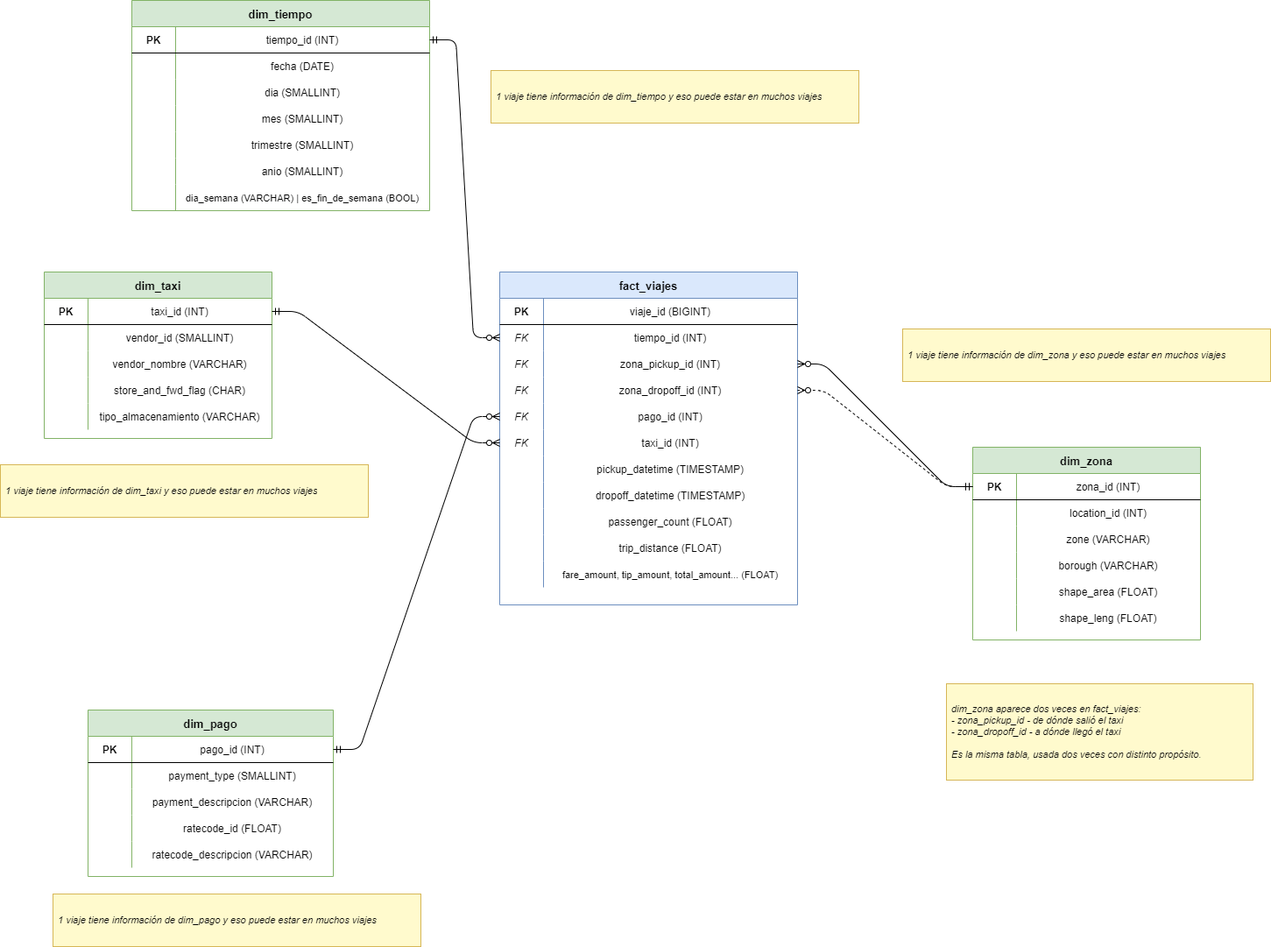
This is docs/model_diagram.png from BeaGetella7/proyecto-BDII, a draw.io export, as it was before one commit. Source tidied: cells renumbered, new cells last; positions are measured from the earlier drawing's top-left corner, leaving out a move shared by most shapes.
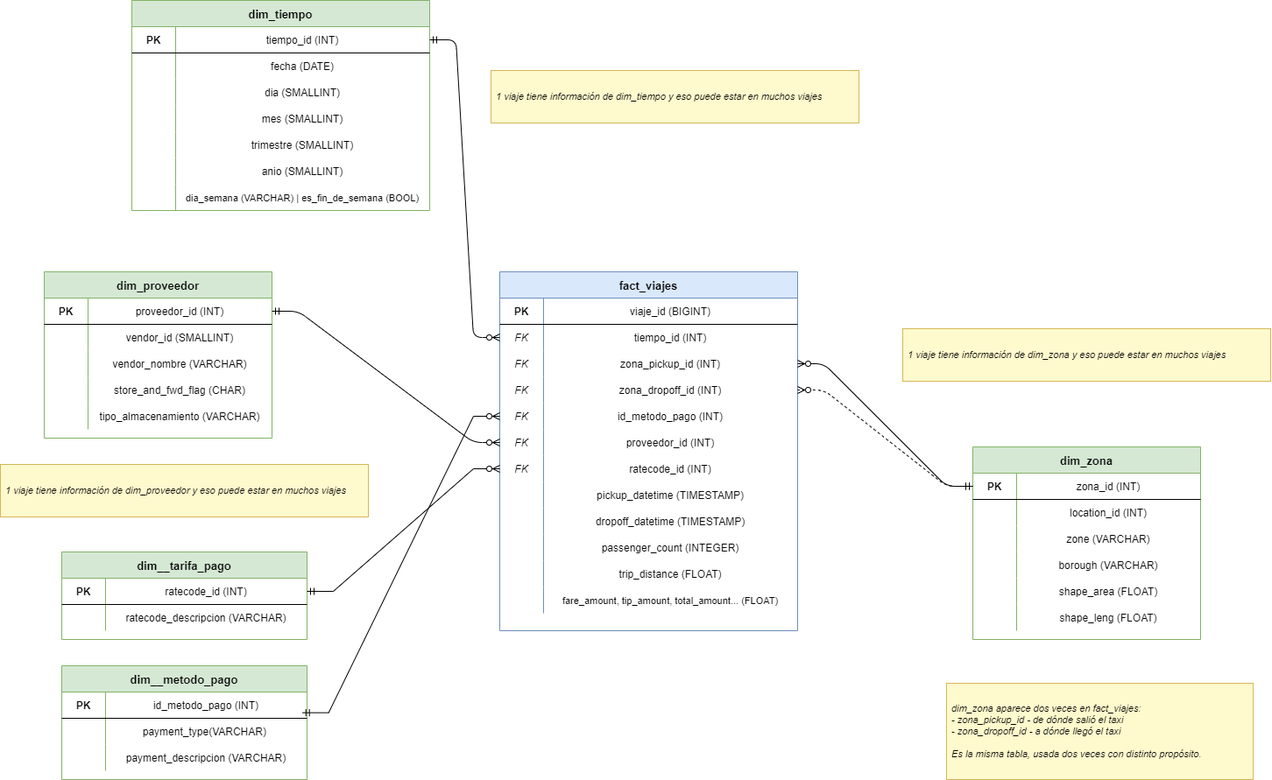
The same file after the commit.

Commit message:
actualización de model_diagram

actualizacion de model_diagram

What changed in the source:
```diff
@@ -3,7 +3,7 @@
     <mxCell id="0" />
     <mxCell id="1" parent="0" />
     <mxCell id="2" value="fact_viajes" style="shape=table;startSize=30;rowLines=0;fontStyle=1;align=center;fillColor=#dae8fc;strokeColor=#6c8ebf;fontStyle=1;fontSize=13;" parent="1" vertex="1">
-      <mxGeometry x="570" y="310" width="340" height="380" as="geometry" />
+      <mxGeometry x="570" y="310" width="340" height="410" as="geometry" />
     </mxCell>
     <mxCell id="3" style="shape=tableRow;horizontal=0;startSize=0;swimlaneHead=0;swimlaneBody=0;fillColor=none;fontSize=12;top=0;left=0;right=0;bottom=1;" parent="2" vertex="1">
       <mxGeometry y="30" width="340" height="30" as="geometry" />
@@ -47,7 +47,7 @@
     <mxCell id="16" value="FK" style="shape=partialRectangle;fillColor=none;top=0;left=0;bottom=0;right=0;fontStyle=2;overflow=hidden;" parent="15" vertex="1">
       <mxGeometry width="50" height="30" as="geometry" />
     </mxCell>
-    <mxCell id="17" value="pago_id (INT)" style="shape=partialRectangle;fillColor=none;top=0;left=0;bottom=0;right=0;overflow=hidden;" parent="15" vertex="1">
+    <mxCell id="17" value="id_metodo_pago (INT)" style="shape=partialRectangle;fillColor=none;top=0;left=0;bottom=0;right=0;overflow=hidden;" parent="15" vertex="1">
       <mxGeometry x="50" width="290" height="30" as="geometry" />
     </mxCell>
     <mxCell id="18" style="shape=tableRow;horizontal=0;startSize=0;swimlaneHead=0;swimlaneBody=0;fillColor=none;points=[[0,0.5],[1,0.5]];portConstraint=eastwest;fontSize=12;top=0;left=0;right=0;bottom=0;" parent="2" vertex="1">
@@ -56,11 +56,20 @@
     <mxCell id="19" value="FK" style="shape=partialRectangle;fillColor=none;top=0;left=0;bottom=0;right=0;fontStyle=2;overflow=hidden;" parent="18" vertex="1">
       <mxGeometry width="50" height="30" as="geometry" />
     </mxCell>
-    <mxCell id="20" value="taxi_id (INT)" style="shape=partialRectangle;fillColor=none;top=0;left=0;bottom=0;right=0;overflow=hidden;" parent="18" vertex="1">
+    <mxCell id="20" value="proveedor_id (INT)" style="shape=partialRectangle;fillColor=none;top=0;left=0;bottom=0;right=0;overflow=hidden;" parent="18" vertex="1">
       <mxGeometry x="50" width="290" height="30" as="geometry" />
     </mxCell>
+    <mxCell id="119" style="shape=tableRow;horizontal=0;startSize=0;swimlaneHead=0;swimlaneBody=0;fillColor=none;points=[[0,0.5],[1,0.5]];portConstraint=eastwest;fontSize=12;top=0;left=0;right=0;bottom=0;" parent="2" vertex="1">
+      <mxGeometry y="210" width="340" height="30" as="geometry" />
+    </mxCell>
+    <mxCell id="120" value="FK" style="shape=partialRectangle;fillColor=none;top=0;left=0;bottom=0;right=0;fontStyle=2;overflow=hidden;" parent="119" vertex="1">
+      <mxGeometry width="50" height="30" as="geometry" />
+    </mxCell>
+    <mxCell id="121" value="ratecode_id (INT)" style="shape=partialRectangle;fillColor=none;top=0;left=0;bottom=0;right=0;overflow=hidden;" parent="119" vertex="1">
+      <mxGeometry x="50" width="290" height="30" as="geometry" />
+    </mxCell>
     <mxCell id="21" style="shape=tableRow;horizontal=0;startSize=0;swimlaneHead=0;swimlaneBody=0;fillColor=none;fontSize=12;top=0;left=0;right=0;bottom=0;" parent="2" vertex="1">
-      <mxGeometry y="210" width="340" height="30" as="geometry" />
+      <mxGeometry y="240" width="340" height="30" as="geometry" />
     </mxCell>
     <mxCell id="22" style="shape=partialRectangle;fillColor=none;top=0;left=0;bottom=0;right=0;overflow=hidden;" parent="21" vertex="1">
       <mxGeometry width="50" height="30" as="geometry" />
@@ -69,7 +78,7 @@
       <mxGeometry x="50" width="290" height="30" as="geometry" />
     </mxCell>
     <mxCell id="24" style="shape=tableRow;horizontal=0;startSize=0;swimlaneHead=0;swimlaneBody=0;fillColor=none;fontSize=12;top=0;left=0;right=0;bottom=0;" parent="2" vertex="1">
-      <mxGeometry y="240" width="340" height="30" as="geometry" />
+      <mxGeometry y="270" width="340" height="30" as="geometry" />
     </mxCell>
     <mxCell id="25" style="shape=partialRectangle;fillColor=none;top=0;left=0;bottom=0;right=0;overflow=hidden;" parent="24" vertex="1">
       <mxGeometry width="50" height="30" as="geometry" />
@@ -78,16 +87,16 @@
       <mxGeometry x="50" width="290" height="30" as="geometry" />
     </mxCell>
     <mxCell id="27" style="shape=tableRow;horizontal=0;startSize=0;swimlaneHead=0;swimlaneBody=0;fillColor=none;fontSize=12;top=0;left=0;right=0;bottom=0;" parent="2" vertex="1">
-      <mxGeometry y="270" width="340" height="30" as="geometry" />
+      <mxGeometry y="300" width="340" height="30" as="geometry" />
     </mxCell>
     <mxCell id="28" style="shape=partialRectangle;fillColor=none;top=0;left=0;bottom=0;right=0;overflow=hidden;" parent="27" vertex="1">
       <mxGeometry width="50" height="30" as="geometry" />
     </mxCell>
-    <mxCell id="29" value="passenger_count (FLOAT)" style="shape=partialRectangle;fillColor=none;top=0;left=0;bottom=0;right=0;overflow=hidden;" parent="27" vertex="1">
+    <mxCell id="29" value="passenger_count (INTEGER)" style="shape=partialRectangle;fillColor=none;top=0;left=0;bottom=0;right=0;overflow=hidden;" parent="27" vertex="1">
       <mxGeometry x="50" width="290" height="30" as="geometry" />
     </mxCell>
     <mxCell id="30" style="shape=tableRow;horizontal=0;startSize=0;swimlaneHead=0;swimlaneBody=0;fillColor=none;fontSize=12;top=0;left=0;right=0;bottom=0;" parent="2" vertex="1">
-      <mxGeometry y="300" width="340" height="30" as="geometry" />
+      <mxGeometry y="330" width="340" height="30" as="geometry" />
     </mxCell>
     <mxCell id="31" style="shape=partialRectangle;fillColor=none;top=0;left=0;bottom=0;right=0;overflow=hidden;" parent="30" vertex="1">
       <mxGeometry width="50" height="30" as="geometry" />
@@ -96,7 +105,7 @@
       <mxGeometry x="50" width="290" height="30" as="geometry" />
     </mxCell>
     <mxCell id="33" style="shape=tableRow;horizontal=0;startSize=0;swimlaneHead=0;swimlaneBody=0;fillColor=none;fontSize=12;top=0;left=0;right=0;bottom=0;" parent="2" vertex="1">
-      <mxGeometry y="330" width="340" height="30" as="geometry" />
+      <mxGeometry y="360" width="340" height="30" as="geometry" />
     </mxCell>
     <mxCell id="34" style="shape=partialRectangle;fillColor=none;top=0;left=0;bottom=0;right=0;overflow=hidden;" parent="33" vertex="1">
       <mxGeometry width="50" height="30" as="geometry" />
@@ -227,55 +236,7 @@
     <mxCell id="76" value="shape_leng (FLOAT)" style="shape=partialRectangle;fillColor=none;top=0;left=0;bottom=0;right=0;overflow=hidden;" parent="74" vertex="1">
       <mxGeometry x="50" width="210" height="30" as="geometry" />
     </mxCell>
-    <mxCell id="77" value="dim_pago" style="shape=table;startSize=30;rowLines=0;fontStyle=1;align=center;fillColor=#d5e8d4;strokeColor=#82b366;fontSize=13;" parent="1" vertex="1">
-      <mxGeometry x="100" y="810" width="280" height="190" as="geometry" />
-    </mxCell>
-    <mxCell id="78" style="shape=tableRow;horizontal=0;startSize=0;swimlaneHead=0;swimlaneBody=0;fillColor=none;points=[[0,0.5],[1,0.5]];portConstraint=eastwest;fontSize=12;top=0;left=0;right=0;bottom=1;" parent="77" vertex="1">
-      <mxGeometry y="30" width="280" height="30" as="geometry" />
-    </mxCell>
-    <mxCell id="79" value="PK" style="shape=partialRectangle;fillColor=none;top=0;left=0;bottom=0;right=0;fontStyle=1;overflow=hidden;" parent="78" vertex="1">
-      <mxGeometry width="50" height="30" as="geometry" />
-    </mxCell>
-    <mxCell id="80" value="pago_id (INT)" style="shape=partialRectangle;fillColor=none;top=0;left=0;bottom=0;right=0;overflow=hidden;" parent="78" vertex="1">
-      <mxGeometry x="50" width="230" height="30" as="geometry" />
-    </mxCell>
-    <mxCell id="81" style="shape=tableRow;horizontal=0;startSize=0;swimlaneHead=0;swimlaneBody=0;fillColor=none;fontSize=12;top=0;left=0;right=0;bottom=0;" parent="77" vertex="1">
-      <mxGeometry y="60" width="280" height="30" as="geometry" />
-    </mxCell>
-    <mxCell id="82" style="shape=partialRectangle;fillColor=none;top=0;left=0;bottom=0;right=0;overflow=hidden;" parent="81" vertex="1">
-      <mxGeometry width="50" height="30" as="geometry" />
-    </mxCell>
-    <mxCell id="83" value="payment_type (SMALLINT)" style="shape=partialRectangle;fillColor=none;top=0;left=0;bottom=0;right=0;overflow=hidden;" parent="81" vertex="1">
-      <mxGeometry x="50" width="230" height="30" as="geometry" />
-    </mxCell>
-    <mxCell id="84" style="shape=tableRow;horizontal=0;startSize=0;swimlaneHead=0;swimlaneBody=0;fillColor=none;fontSize=12;top=0;left=0;right=0;bottom=0;" parent="77" vertex="1">
-      <mxGeometry y="90" width="280" height="30" as="geometry" />
-    </mxCell>
-    <mxCell id="85" style="shape=partialRectangle;fillColor=none;top=0;left=0;bottom=0;right=0;overflow=hidden;" parent="84" vertex="1">
-      <mxGeometry width="50" height="30" as="geometry" />
-    </mxCell>
-    <mxCell id="86" value="payment_descripcion (VARCHAR)" style="shape=partialRectangle;fillColor=none;top=0;left=0;bottom=0;right=0;overflow=hidden;" parent="84" vertex="1">
-      <mxGeometry x="50" width="230" height="30" as="geometry" />
-    </mxCell>
-    <mxCell id="87" style="shape=tableRow;horizontal=0;startSize=0;swimlaneHead=0;swimlaneBody=0;fillColor=none;fontSize=12;top=0;left=0;right=0;bottom=0;" parent="77" vertex="1">
-      <mxGeometry y="120" width="280" height="30" as="geometry" />
-    </mxCell>
-    <mxCell id="88" style="shape=partialRectangle;fillColor=none;top=0;left=0;bottom=0;right=0;overflow=hidden;" parent="87" vertex="1">
-      <mxGeometry width="50" height="30" as="geometry" />
-    </mxCell>
-    <mxCell id="89" value="ratecode_id (FLOAT)" style="shape=partialRectangle;fillColor=none;top=0;left=0;bottom=0;right=0;overflow=hidden;" parent="87" vertex="1">
-      <mxGeometry x="50" width="230" height="30" as="geometry" />
-    </mxCell>
-    <mxCell id="90" style="shape=tableRow;horizontal=0;startSize=0;swimlaneHead=0;swimlaneBody=0;fillColor=none;fontSize=12;top=0;left=0;right=0;bottom=0;" parent="77" vertex="1">
-      <mxGeometry y="150" width="280" height="30" as="geometry" />
-    </mxCell>
-    <mxCell id="91" style="shape=partialRectangle;fillColor=none;top=0;left=0;bottom=0;right=0;overflow=hidden;" parent="90" vertex="1">
-      <mxGeometry width="50" height="30" as="geometry" />
-    </mxCell>
-    <mxCell id="92" value="ratecode_descripcion (VARCHAR)" style="shape=partialRectangle;fillColor=none;top=0;left=0;bottom=0;right=0;overflow=hidden;" parent="90" vertex="1">
-      <mxGeometry x="50" width="230" height="30" as="geometry" />
-    </mxCell>
-    <mxCell id="93" value="dim_taxi" style="shape=table;startSize=30;rowLines=0;fontStyle=1;align=center;fillColor=#d5e8d4;strokeColor=#82b366;fontSize=13;" parent="1" vertex="1">
+    <mxCell id="93" value="dim_proveedor" style="shape=table;startSize=30;rowLines=0;fontStyle=1;align=center;fillColor=#d5e8d4;strokeColor=#82b366;fontSize=13;" parent="1" vertex="1">
       <mxGeometry x="50" y="310" width="260" height="190" as="geometry" />
     </mxCell>
     <mxCell id="94" style="shape=tableRow;horizontal=0;startSize=0;swimlaneHead=0;swimlaneBody=0;fillColor=none;points=[[0,0.5],[1,0.5]];portConstraint=eastwest;fontSize=12;top=0;left=0;right=0;bottom=1;" parent="93" vertex="1">
@@ -284,7 +245,7 @@
     <mxCell id="95" value="PK" style="shape=partialRectangle;fillColor=none;top=0;left=0;bottom=0;right=0;fontStyle=1;overflow=hidden;" parent="94" vertex="1">
       <mxGeometry width="50" height="30" as="geometry" />
     </mxCell>
-    <mxCell id="96" value="taxi_id (INT)" style="shape=partialRectangle;fillColor=none;top=0;left=0;bottom=0;right=0;overflow=hidden;" parent="94" vertex="1">
+    <mxCell id="96" value="proveedor_id (INT)" style="shape=partialRectangle;fillColor=none;top=0;left=0;bottom=0;right=0;overflow=hidden;" parent="94" vertex="1">
       <mxGeometry x="50" width="210" height="30" as="geometry" />
     </mxCell>
     <mxCell id="97" style="shape=tableRow;horizontal=0;startSize=0;swimlaneHead=0;swimlaneBody=0;fillColor=none;fontSize=12;top=0;left=0;right=0;bottom=0;" parent="93" vertex="1">
@@ -338,9 +299,6 @@
     <mxCell id="111" style="edgeStyle=entityRelationEdgeStyle;endArrow=ERzeroToMany;startArrow=ERmandOne;exitX=0;exitY=0.5;exitDx=0;exitDy=0;entryX=1;entryY=0.5;entryDx=0;entryDy=0;dashed=1;" parent="1" edge="1" source="59" target="12">
       <mxGeometry relative="1" as="geometry" />
     </mxCell>
-    <mxCell id="112" style="edgeStyle=entityRelationEdgeStyle;endArrow=ERzeroToMany;startArrow=ERmandOne;exitX=1;exitY=0.5;exitDx=0;exitDy=0;entryX=0;entryY=0.5;entryDx=0;entryDy=0;" parent="1" edge="1" source="78" target="15">
-      <mxGeometry relative="1" as="geometry" />
-    </mxCell>
     <mxCell id="113" style="edgeStyle=entityRelationEdgeStyle;endArrow=ERzeroToMany;startArrow=ERmandOne;exitX=1;exitY=0.5;exitDx=0;exitDy=0;entryX=0;entryY=0.5;entryDx=0;entryDy=0;" parent="1" edge="1" source="94" target="18">
       <mxGeometry relative="1" as="geometry" />
     </mxCell>
@@ -350,14 +308,74 @@
     <mxCell id="115" value="1 viaje tiene información de dim_tiempo y eso puede estar en muchos viajes" style="text;html=1;strokeColor=#d6b656;fillColor=#fffacd;align=left;verticalAlign=middle;spacingLeft=4;spacingRight=4;overflow=hidden;fontSize=11;fontStyle=2;" parent="1" vertex="1">
       <mxGeometry x="560" y="80" width="420" height="60" as="geometry" />
     </mxCell>
-    <mxCell id="116" value="1 viaje tiene información de dim_taxi y eso puede estar en muchos viajes" style="text;html=1;strokeColor=#d6b656;fillColor=#fffacd;align=left;verticalAlign=middle;spacingLeft=4;spacingRight=4;overflow=hidden;fontSize=11;fontStyle=2;" parent="1" vertex="1">
+    <mxCell id="116" value="1 viaje tiene información de dim_proveedor y eso puede estar en muchos viajes" style="text;html=1;strokeColor=#d6b656;fillColor=#fffacd;align=left;verticalAlign=middle;spacingLeft=4;spacingRight=4;overflow=hidden;fontSize=11;fontStyle=2;" parent="1" vertex="1">
       <mxGeometry y="530" width="420" height="60" as="geometry" />
     </mxCell>
-    <mxCell id="117" value="1 viaje tiene información de dim_pago y eso puede estar en muchos viajes" style="text;html=1;strokeColor=#d6b656;fillColor=#fffacd;align=left;verticalAlign=middle;spacingLeft=4;spacingRight=4;overflow=hidden;fontSize=11;fontStyle=2;" parent="1" vertex="1">
-      <mxGeometry x="60" y="1020" width="420" height="60" as="geometry" />
-    </mxCell>
     <mxCell id="118" value="1 viaje tiene información de dim_zona y eso puede estar en muchos viajes" style="text;html=1;strokeColor=#d6b656;fillColor=#fffacd;align=left;verticalAlign=middle;spacingLeft=4;spacingRight=4;overflow=hidden;fontSize=11;fontStyle=2;" parent="1" vertex="1">
       <mxGeometry x="1030" y="375" width="420" height="60" as="geometry" />
     </mxCell>
+    <mxCell id="122" value="dim__metodo_pago" style="shape=table;startSize=30;rowLines=0;fontStyle=1;align=center;fillColor=#d5e8d4;strokeColor=#82b366;fontSize=13;" parent="1" vertex="1">
+      <mxGeometry x="70" y="760" width="280" height="130" as="geometry" />
+    </mxCell>
+    <mxCell id="123" style="shape=tableRow;horizontal=0;startSize=0;swimlaneHead=0;swimlaneBody=0;fillColor=none;points=[[0,0.5],[1,0.5]];portConstraint=eastwest;fontSize=12;top=0;left=0;right=0;bottom=1;" parent="122" vertex="1">
+      <mxGeometry y="30" width="280" height="30" as="geometry" />
+    </mxCell>
+    <mxCell id="124" value="PK" style="shape=partialRectangle;fillColor=none;top=0;left=0;bottom=0;right=0;fontStyle=1;overflow=hidden;" parent="123" vertex="1">
+      <mxGeometry width="50" height="30" as="geometry" />
+    </mxCell>
+    <mxCell id="125" value="id_metodo_pago (INT)" style="shape=partialRectangle;fillColor=none;top=0;left=0;bottom=0;right=0;overflow=hidden;" parent="123" vertex="1">
+      <mxGeometry x="50" width="230" height="30" as="geometry" />
+    </mxCell>
+    <mxCell id="126" style="shape=tableRow;horizontal=0;startSize=0;swimlaneHead=0;swimlaneBody=0;fillColor=none;fontSize=12;top=0;left=0;right=0;bottom=0;" parent="122" vertex="1">
+      <mxGeometry y="60" width="280" height="30" as="geometry" />
+    </mxCell>
+    <mxCell id="127" style="shape=partialRectangle;fillColor=none;top=0;left=0;bottom=0;right=0;overflow=hidden;" parent="126" vertex="1">
+      <mxGeometry width="50" height="30" as="geometry" />
+    </mxCell>
+    <mxCell id="128" value="payment_type(VARCHAR) " style="shape=partialRectangle;fillColor=none;top=0;left=0;bottom=0;right=0;overflow=hidden;" parent="126" vertex="1">
+      <mxGeometry x="50" width="230" height="30" as="geometry" />
+    </mxCell>
+    <mxCell id="84" style="shape=tableRow;horizontal=0;startSize=0;swimlaneHead=0;swimlaneBody=0;fillColor=none;fontSize=12;top=0;left=0;right=0;bottom=0;" parent="122" vertex="1">
+      <mxGeometry y="90" width="280" height="30" as="geometry" />
+    </mxCell>
+    <mxCell id="129" style="shape=partialRectangle;fillColor=none;top=0;left=0;bottom=0;right=0;overflow=hidden;" parent="84" vertex="1">
+      <mxGeometry width="50" height="30" as="geometry" />
+    </mxCell>
+    <mxCell id="86" value="payment_descripcion (VARCHAR)" style="shape=partialRectangle;fillColor=none;top=0;left=0;bottom=0;right=0;overflow=hidden;" parent="84" vertex="1">
+      <mxGeometry x="50" width="230" height="30" as="geometry" />
+    </mxCell>
+    <mxCell id="130" value="dim__tarifa_pago" style="shape=table;startSize=30;rowLines=0;fontStyle=1;align=center;fillColor=#d5e8d4;strokeColor=#82b366;fontSize=13;" parent="1" vertex="1">
+      <mxGeometry x="70" y="630" width="280" height="100" as="geometry" />
+    </mxCell>
+    <mxCell id="131" style="shape=tableRow;horizontal=0;startSize=0;swimlaneHead=0;swimlaneBody=0;fillColor=none;points=[[0,0.5],[1,0.5]];portConstraint=eastwest;fontSize=12;top=0;left=0;right=0;bottom=1;" parent="130" vertex="1">
+      <mxGeometry y="30" width="280" height="30" as="geometry" />
+    </mxCell>
+    <mxCell id="132" value="PK" style="shape=partialRectangle;fillColor=none;top=0;left=0;bottom=0;right=0;fontStyle=1;overflow=hidden;" parent="131" vertex="1">
+      <mxGeometry width="50" height="30" as="geometry" />
+    </mxCell>
+    <mxCell id="133" value="ratecode_id (INT)" style="shape=partialRectangle;fillColor=none;top=0;left=0;bottom=0;right=0;overflow=hidden;" parent="131" vertex="1">
+      <mxGeometry x="50" width="230" height="30" as="geometry" />
+    </mxCell>
+    <mxCell id="134" style="shape=tableRow;horizontal=0;startSize=0;swimlaneHead=0;swimlaneBody=0;fillColor=none;fontSize=12;top=0;left=0;right=0;bottom=0;" parent="130" vertex="1">
+      <mxGeometry y="60" width="280" height="30" as="geometry" />
+    </mxCell>
+    <mxCell id="135" style="shape=partialRectangle;fillColor=none;top=0;left=0;bottom=0;right=0;overflow=hidden;" parent="134" vertex="1">
+      <mxGeometry width="50" height="30" as="geometry" />
+    </mxCell>
+    <mxCell id="92" value="ratecode_descripcion (VARCHAR)" style="shape=partialRectangle;fillColor=none;top=0;left=0;bottom=0;right=0;overflow=hidden;" parent="134" vertex="1">
+      <mxGeometry x="50" width="230" height="30" as="geometry" />
+    </mxCell>
+    <mxCell id="136" style="edgeStyle=entityRelationEdgeStyle;fontSize=12;html=1;endArrow=ERzeroToMany;startArrow=ERmandOne;rounded=0;entryX=0;entryY=0.5;entryDx=0;entryDy=0;" parent="1" edge="1" source="131" target="119">
+      <mxGeometry relative="1" as="geometry">
+        <Array as="points">
+          <mxPoint x="470" y="720" />
+          <mxPoint x="360" y="850" />
+          <mxPoint x="460" y="630" />
+        </Array>
+      </mxGeometry>
+    </mxCell>
+    <mxCell id="137" style="edgeStyle=entityRelationEdgeStyle;fontSize=12;html=1;endArrow=ERzeroToMany;startArrow=ERmandOne;rounded=0;exitX=0.981;exitY=0.788;exitDx=0;exitDy=0;exitPerimeter=0;entryX=0;entryY=0.5;entryDx=0;entryDy=0;" parent="1" edge="1" source="123" target="15">
+      <mxGeometry relative="1" as="geometry" />
+    </mxCell>
   </root>
 </mxGraphModel>
```
